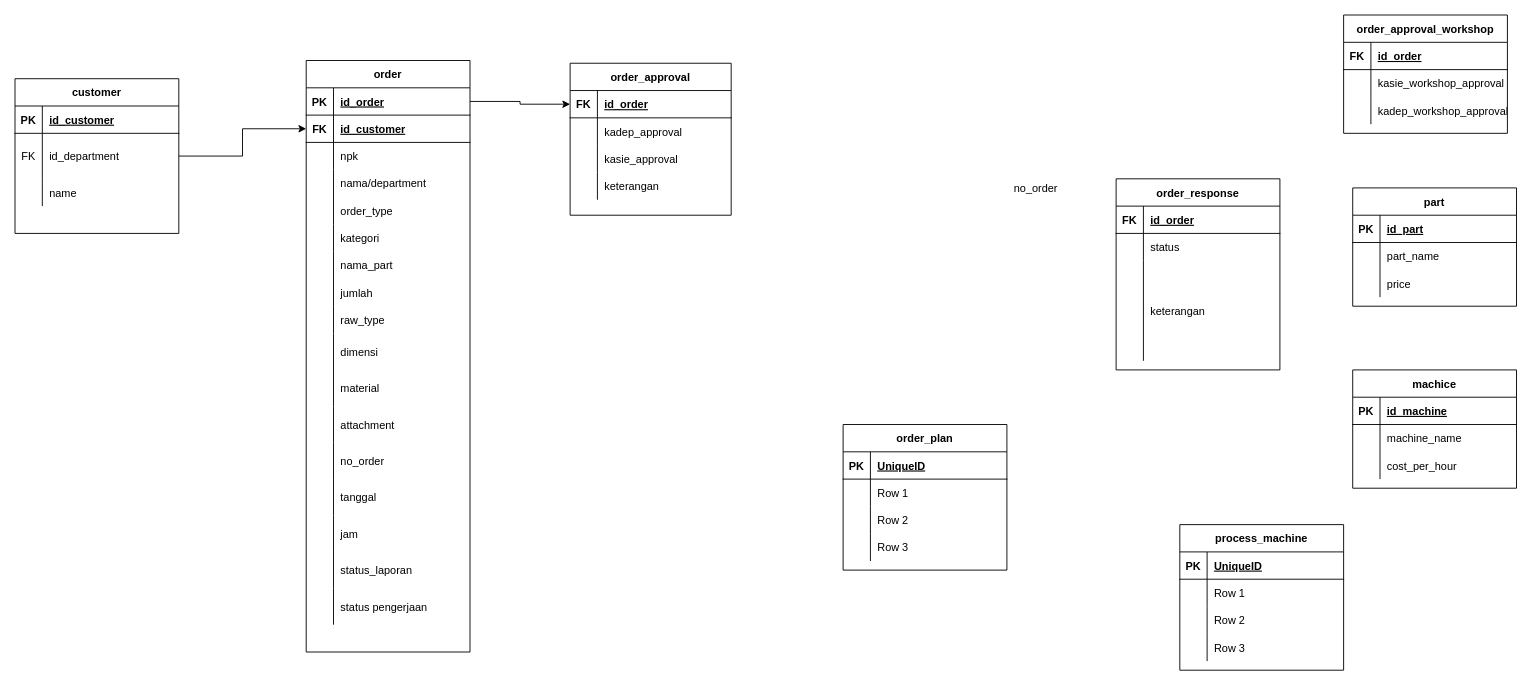
Before: page "DB Relation" (2 of 2) of Digitalisasi Workshop.drawio in ariefriski/digitalisasi-form-workshop, a draw.io diagram. Source tidied: cells renumbered, new cells numbered last; positions are measured from the earlier drawing's top-left corner, leaving out a move shared by most shapes. Both pictures are drawn from the tidied source at 91%, with x=0, y=0 at pixel (15, 15).
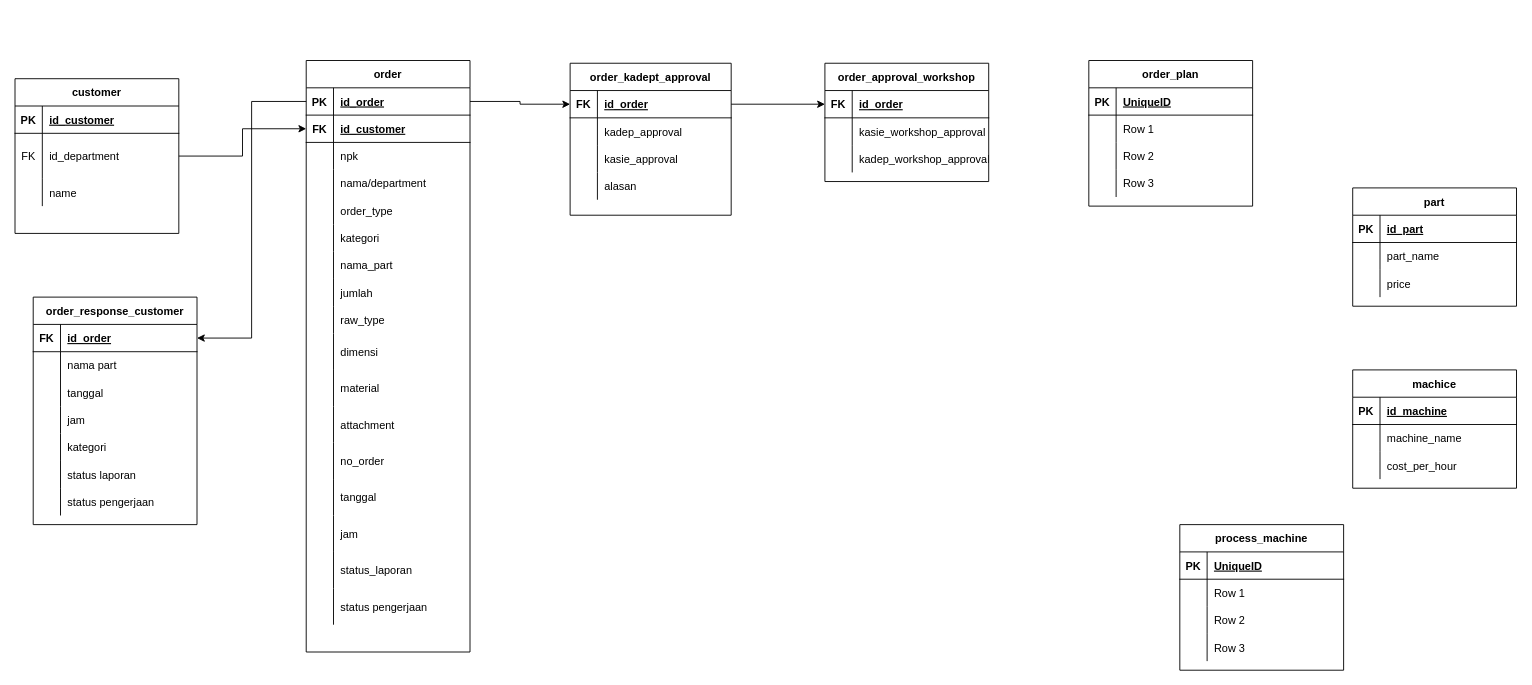
After the change.

Unchanged cells that the change refers to:
```xml
<mxCell id="3" style="shape=tableRow;horizontal=0;startSize=0;swimlaneHead=0;swimlaneBody=0;fillColor=none;points=[[0,0.5],[1,0.5]];portConstraint=eastwest;top=0;left=0;right=0;bottom=1;" parent="2" vertex="1">
  <mxGeometry y="30" width="180" height="30" as="geometry" />
</mxCell>
<mxCell id="55" style="shape=tableRow;horizontal=0;startSize=0;swimlaneHead=0;swimlaneBody=0;fillColor=none;points=[[0,0.5],[1,0.5]];portConstraint=eastwest;top=0;left=0;right=0;bottom=1;" parent="54" vertex="1">
  <mxGeometry y="30" width="180" height="30" as="geometry" />
</mxCell>
<mxCell id="58" style="shape=tableRow;horizontal=0;startSize=0;swimlaneHead=0;swimlaneBody=0;fillColor=none;top=0;left=0;right=0;bottom=0;" parent="54" vertex="1">
  <mxGeometry y="60" width="180" height="30" as="geometry" />
</mxCell>
<mxCell id="65" style="shape=tableRow;horizontal=0;startSize=0;swimlaneHead=0;swimlaneBody=0;fillColor=none;points=[[0,0.5],[1,0.5]];portConstraint=eastwest;top=0;left=0;right=0;bottom=1;" parent="64" vertex="1">
  <mxGeometry y="30" width="177" height="30" as="geometry" />
</mxCell>
<mxCell id="74" style="shape=tableRow;horizontal=0;startSize=0;swimlaneHead=0;swimlaneBody=0;fillColor=none;top=0;left=0;right=0;bottom=0;" parent="64" vertex="1">
  <mxGeometry y="120" width="177" height="30" as="geometry" />
</mxCell>
<mxCell id="78" style="shape=tableRow;horizontal=0;startSize=0;swimlaneHead=0;swimlaneBody=0;fillColor=none;points=[[0,0.5],[1,0.5]];portConstraint=eastwest;top=0;left=0;right=0;bottom=1;" parent="77" vertex="1">
  <mxGeometry y="30" width="180" height="30" as="geometry" />
</mxCell>
```

Change to the diagram source:
```diff
@@
-    <mxCell id="54" value="order_response" style="shape=table;startSize=30;childLayout=tableLayout;rowLines=0;fontStyle=1;align=center;" parent="1" vertex="1">
-      <mxGeometry x="1210" y="180" width="180" height="210" as="geometry" />
+    <mxCell id="54" value="order_response_customer" style="shape=table;startSize=30;childLayout=tableLayout;rowLines=0;fontStyle=1;align=center;" parent="1" vertex="1">
+      <mxGeometry x="20" y="310" width="180" height="250" as="geometry" />
     </mxCell>
@@
-    <mxCell id="60" value="status" style="shape=partialRectangle;fillColor=none;top=0;left=0;bottom=0;right=0;align=left;spacingLeft=6;overflow=hidden;" parent="58" vertex="1">
+    <mxCell id="60" value="nama part" style="shape=partialRectangle;fillColor=none;top=0;left=0;bottom=0;right=0;align=left;spacingLeft=6;overflow=hidden;" parent="58" vertex="1">
       <mxGeometry x="30" width="150" height="30" as="geometry" />
     </mxCell>
-    <mxCell id="61" style="shape=tableRow;horizontal=0;startSize=0;swimlaneHead=0;swimlaneBody=0;fillColor=none;top=0;left=0;right=0;bottom=0;" parent="54" vertex="1">
-      <mxGeometry y="90" width="180" height="110" as="geometry" />
-    </mxCell>
-    <mxCell id="62" style="shape=partialRectangle;fillColor=none;top=0;left=0;bottom=0;right=0;overflow=hidden;" parent="61" vertex="1">
-      <mxGeometry width="30" height="110" as="geometry" />
-    </mxCell>
-    <mxCell id="63" value="keterangan" style="shape=partialRectangle;fillColor=none;top=0;left=0;bottom=0;right=0;align=left;spacingLeft=6;overflow=hidden;" parent="61" vertex="1">
-      <mxGeometry x="30" width="150" height="110" as="geometry" />
-    </mxCell>
+    <mxCell id="146" style="shape=tableRow;horizontal=0;startSize=0;swimlaneHead=0;swimlaneBody=0;fillColor=none;top=0;left=0;right=0;bottom=0;" parent="54" vertex="1">
+      <mxGeometry y="90" width="180" height="30" as="geometry" />
+    </mxCell>
+    <mxCell id="147" style="shape=partialRectangle;fillColor=none;top=0;left=0;bottom=0;right=0;overflow=hidden;" parent="146" vertex="1">
+      <mxGeometry width="30" height="30" as="geometry" />
+    </mxCell>
+    <mxCell id="148" value="tanggal" style="shape=partialRectangle;fillColor=none;top=0;left=0;bottom=0;right=0;align=left;spacingLeft=6;overflow=hidden;" parent="146" vertex="1">
+      <mxGeometry x="30" width="150" height="30" as="geometry" />
+    </mxCell>
+    <mxCell id="149" style="shape=tableRow;horizontal=0;startSize=0;swimlaneHead=0;swimlaneBody=0;fillColor=none;top=0;left=0;right=0;bottom=0;" parent="54" vertex="1">
+      <mxGeometry y="120" width="180" height="30" as="geometry" />
+    </mxCell>
+    <mxCell id="150" style="shape=partialRectangle;fillColor=none;top=0;left=0;bottom=0;right=0;overflow=hidden;" parent="149" vertex="1">
+      <mxGeometry width="30" height="30" as="geometry" />
+    </mxCell>
+    <mxCell id="151" value="jam" style="shape=partialRectangle;fillColor=none;top=0;left=0;bottom=0;right=0;align=left;spacingLeft=6;overflow=hidden;" parent="149" vertex="1">
+      <mxGeometry x="30" width="150" height="30" as="geometry" />
+    </mxCell>
+    <mxCell id="152" style="shape=tableRow;horizontal=0;startSize=0;swimlaneHead=0;swimlaneBody=0;fillColor=none;top=0;left=0;right=0;bottom=0;" parent="54" vertex="1">
+      <mxGeometry y="150" width="180" height="30" as="geometry" />
+    </mxCell>
+    <mxCell id="153" style="shape=partialRectangle;fillColor=none;top=0;left=0;bottom=0;right=0;overflow=hidden;" parent="152" vertex="1">
+      <mxGeometry width="30" height="30" as="geometry" />
+    </mxCell>
+    <mxCell id="154" value="kategori" style="shape=partialRectangle;fillColor=none;top=0;left=0;bottom=0;right=0;align=left;spacingLeft=6;overflow=hidden;" parent="152" vertex="1">
+      <mxGeometry x="30" width="150" height="30" as="geometry" />
+    </mxCell>
+    <mxCell id="155" style="shape=tableRow;horizontal=0;startSize=0;swimlaneHead=0;swimlaneBody=0;fillColor=none;top=0;left=0;right=0;bottom=0;" parent="54" vertex="1">
+      <mxGeometry y="180" width="180" height="30" as="geometry" />
+    </mxCell>
+    <mxCell id="156" style="shape=partialRectangle;fillColor=none;top=0;left=0;bottom=0;right=0;overflow=hidden;" parent="155" vertex="1">
+      <mxGeometry width="30" height="30" as="geometry" />
+    </mxCell>
+    <mxCell id="157" value="status laporan" style="shape=partialRectangle;fillColor=none;top=0;left=0;bottom=0;right=0;align=left;spacingLeft=6;overflow=hidden;" parent="155" vertex="1">
+      <mxGeometry x="30" width="150" height="30" as="geometry" />
+    </mxCell>
+    <mxCell id="158" style="shape=tableRow;horizontal=0;startSize=0;swimlaneHead=0;swimlaneBody=0;fillColor=none;top=0;left=0;right=0;bottom=0;" parent="54" vertex="1">
+      <mxGeometry y="210" width="180" height="30" as="geometry" />
+    </mxCell>
+    <mxCell id="159" style="shape=partialRectangle;fillColor=none;top=0;left=0;bottom=0;right=0;overflow=hidden;" parent="158" vertex="1">
+      <mxGeometry width="30" height="30" as="geometry" />
+    </mxCell>
+    <mxCell id="160" value="status pengerjaan" style="shape=partialRectangle;fillColor=none;top=0;left=0;bottom=0;right=0;align=left;spacingLeft=6;overflow=hidden;" parent="158" vertex="1">
+      <mxGeometry x="30" width="150" height="30" as="geometry" />
+    </mxCell>
-    <mxCell id="64" value="order_approval" style="shape=table;startSize=30;childLayout=tableLayout;rowLines=0;fontStyle=1;align=center;" parent="1" vertex="1">
+    <mxCell id="64" value="order_kadept_approval" style="shape=table;startSize=30;childLayout=tableLayout;rowLines=0;fontStyle=1;align=center;" parent="1" vertex="1">
       <mxGeometry x="610" y="53" width="177" height="167" as="geometry" />
     </mxCell>
@@
-    <mxCell id="76" value="keterangan" style="shape=partialRectangle;fillColor=none;top=0;left=0;bottom=0;right=0;align=left;spacingLeft=6;overflow=hidden;" parent="74" vertex="1">
+    <mxCell id="76" value="alasan" style="shape=partialRectangle;fillColor=none;top=0;left=0;bottom=0;right=0;align=left;spacingLeft=6;overflow=hidden;" parent="74" vertex="1">
       <mxGeometry x="30" width="147" height="30" as="geometry" />
     </mxCell>
     <mxCell id="77" value="order_approval_workshop" style="shape=table;startSize=30;childLayout=tableLayout;rowLines=0;fontStyle=1;align=center;" parent="1" vertex="1">
-      <mxGeometry x="1460" width="180" height="130" as="geometry" />
+      <mxGeometry x="890" y="53" width="180" height="130" as="geometry" />
     </mxCell>
@@
     <mxCell id="120" value="order_plan" style="shape=table;startSize=30;childLayout=tableLayout;rowLines=0;fontStyle=1;align=center;" parent="1" vertex="1">
-      <mxGeometry x="910" y="450" width="180" height="160" as="geometry" />
+      <mxGeometry x="1180" y="50" width="180" height="160" as="geometry" />
     </mxCell>
@@
-    <mxCell id="133" value="no_order" style="shape=partialRectangle;fillColor=none;top=0;left=0;bottom=0;right=0;align=left;spacingLeft=6;overflow=hidden;" parent="1" vertex="1">
-      <mxGeometry x="1090" y="170" width="150" height="40" as="geometry" />
-    </mxCell>
@@
+    <mxCell id="161" style="edgeStyle=orthogonalEdgeStyle;rounded=0;jettySize=auto;html=1;exitX=1;exitY=0.5;exitDx=0;exitDy=0;entryX=0;entryY=0.5;entryDx=0;entryDy=0;" parent="1" edge="1" source="65" target="78">
+      <mxGeometry relative="1" as="geometry" />
+    </mxCell>
+    <mxCell id="162" style="edgeStyle=orthogonalEdgeStyle;rounded=0;jettySize=auto;html=1;exitX=0;exitY=0.5;exitDx=0;exitDy=0;" parent="1" edge="1" source="3" target="55">
+      <mxGeometry relative="1" as="geometry" />
+    </mxCell>
```
